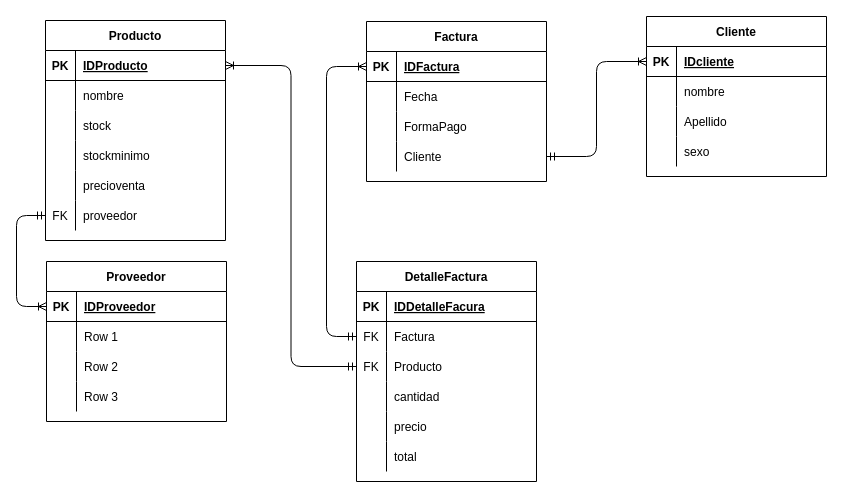
This is DBVentas.drawio from Dicxie1/BDVentas, a draw.io file, before an edit. Source tidied: cells renumbered, new cells numbered last; positions are measured from the earlier drawing's top-left corner, leaving out a move shared by most shapes. Both pictures are drawn from the tidied source at 100%, with x=0, y=0 at pixel (16, 16).
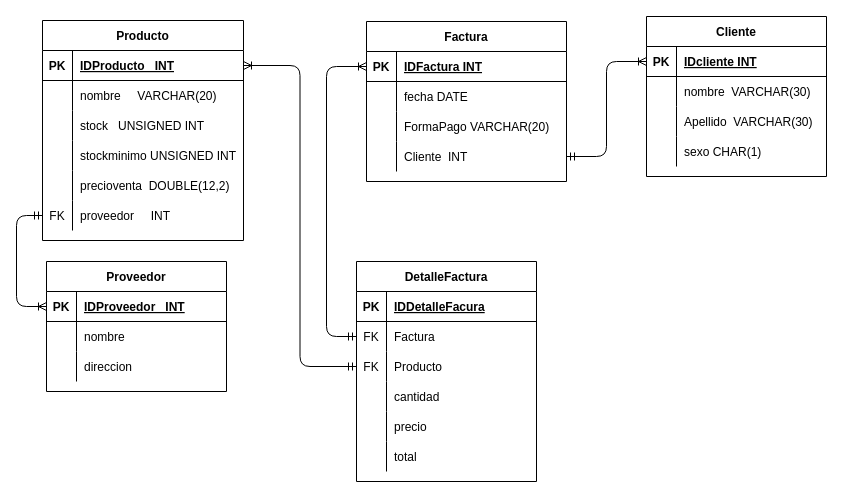
The same diagram, later.

Commit message (it also covers changes not shown here):
mejorar el esquema de base de datos

Unchanged cells that the change refers to:
```xml
<mxCell id="35" style="shape=partialRectangle;fillColor=none;top=0;left=0;bottom=1;right=0;points=[[0,0.5],[1,0.5]];portConstraint=eastwest;" parent="34" vertex="1">
  <mxGeometry y="30" width="180" height="30" as="geometry" />
</mxCell>
<mxCell id="38" style="shape=partialRectangle;fillColor=none;top=0;left=0;bottom=0;right=0;" parent="34" vertex="1">
  <mxGeometry y="60" width="180" height="30" as="geometry" />
</mxCell>
<mxCell id="41" style="shape=partialRectangle;fillColor=none;top=0;left=0;bottom=0;right=0;" parent="34" vertex="1">
  <mxGeometry y="90" width="180" height="30" as="geometry" />
</mxCell>
<mxCell id="67" style="shape=partialRectangle;fillColor=none;top=0;left=0;bottom=1;right=0;points=[[0,0.5],[1,0.5]];portConstraint=eastwest;" parent="66" vertex="1">
  <mxGeometry y="30" width="180" height="30" as="geometry" />
</mxCell>
<mxCell id="70" style="shape=partialRectangle;fillColor=none;top=0;left=0;bottom=0;right=0;" parent="66" vertex="1">
  <mxGeometry y="60" width="180" height="30" as="geometry" />
</mxCell>
<mxCell id="73" style="shape=partialRectangle;fillColor=none;top=0;left=0;bottom=0;right=0;" parent="66" vertex="1">
  <mxGeometry y="90" width="180" height="30" as="geometry" />
</mxCell>
<mxCell id="76" style="shape=partialRectangle;fillColor=none;top=0;left=0;bottom=0;right=0;" parent="66" vertex="1">
  <mxGeometry y="120" width="180" height="30" as="geometry" />
</mxCell>
```

Diff of the diagram source:
```diff
@@
     <mxCell id="2" value="Factura" style="shape=table;startSize=30;childLayout=tableLayout;rowLines=0;fontStyle=1;align=center;" parent="1" vertex="1">
-      <mxGeometry x="350" y="5" width="180" height="160" as="geometry" />
+      <mxGeometry x="350" y="5" width="200" height="160" as="geometry" />
     </mxCell>
     <mxCell id="3" style="shape=partialRectangle;fillColor=none;top=0;left=0;bottom=1;right=0;points=[[0,0.5],[1,0.5]];portConstraint=eastwest;" parent="2" vertex="1">
-      <mxGeometry y="30" width="180" height="30" as="geometry" />
+      <mxGeometry y="30" width="200" height="30" as="geometry" />
     </mxCell>
@@
-    <mxCell id="5" value="IDFactura" style="shape=partialRectangle;fillColor=none;top=0;left=0;bottom=0;right=0;align=left;spacingLeft=6;fontStyle=5;overflow=hidden;" parent="3" vertex="1">
-      <mxGeometry x="30" width="150" height="30" as="geometry" />
+    <mxCell id="5" value="IDFactura INT" style="shape=partialRectangle;fillColor=none;top=0;left=0;bottom=0;right=0;align=left;spacingLeft=6;fontStyle=5;overflow=hidden;" parent="3" vertex="1">
+      <mxGeometry x="30" width="170" height="30" as="geometry" />
     </mxCell>
     <mxCell id="6" style="shape=partialRectangle;fillColor=none;top=0;left=0;bottom=0;right=0;" parent="2" vertex="1">
-      <mxGeometry y="60" width="180" height="30" as="geometry" />
+      <mxGeometry y="60" width="200" height="30" as="geometry" />
     </mxCell>
@@
-    <mxCell id="8" value="Fecha" style="shape=partialRectangle;fillColor=none;top=0;left=0;bottom=0;right=0;align=left;spacingLeft=6;overflow=hidden;" parent="6" vertex="1">
-      <mxGeometry x="30" width="150" height="30" as="geometry" />
+    <mxCell id="8" value="fecha DATE" style="shape=partialRectangle;fillColor=none;top=0;left=0;bottom=0;right=0;align=left;spacingLeft=6;overflow=hidden;" parent="6" vertex="1">
+      <mxGeometry x="30" width="170" height="30" as="geometry" />
     </mxCell>
     <mxCell id="9" style="shape=partialRectangle;fillColor=none;top=0;left=0;bottom=0;right=0;" parent="2" vertex="1">
-      <mxGeometry y="90" width="180" height="30" as="geometry" />
+      <mxGeometry y="90" width="200" height="30" as="geometry" />
     </mxCell>
@@
-    <mxCell id="11" value="FormaPago" style="shape=partialRectangle;fillColor=none;top=0;left=0;bottom=0;right=0;align=left;spacingLeft=6;overflow=hidden;" parent="9" vertex="1">
-      <mxGeometry x="30" width="150" height="30" as="geometry" />
+    <mxCell id="11" value="FormaPago VARCHAR(20)" style="shape=partialRectangle;fillColor=none;top=0;left=0;bottom=0;right=0;align=left;spacingLeft=6;overflow=hidden;" parent="9" vertex="1">
+      <mxGeometry x="30" width="170" height="30" as="geometry" />
     </mxCell>
     <mxCell id="12" style="shape=partialRectangle;fillColor=none;top=0;left=0;bottom=0;right=0;points=[[0,0.5],[1,0.5]];portConstraint=eastwest;" parent="2" vertex="1">
-      <mxGeometry y="120" width="180" height="30" as="geometry" />
+      <mxGeometry y="120" width="200" height="30" as="geometry" />
     </mxCell>
@@
-    <mxCell id="14" value="Cliente" style="shape=partialRectangle;fillColor=none;top=0;left=0;bottom=0;right=0;align=left;spacingLeft=6;overflow=hidden;" parent="12" vertex="1">
-      <mxGeometry x="30" width="150" height="30" as="geometry" />
+    <mxCell id="14" value="Cliente  INT " style="shape=partialRectangle;fillColor=none;top=0;left=0;bottom=0;right=0;align=left;spacingLeft=6;overflow=hidden;" parent="12" vertex="1">
+      <mxGeometry x="30" width="170" height="30" as="geometry" />
     </mxCell>
     <mxCell id="15" value="Producto" style="shape=table;startSize=30;childLayout=tableLayout;rowLines=0;fontStyle=1;align=center;" parent="1" vertex="1">
-      <mxGeometry x="29" y="4" width="180" height="220" as="geometry" />
+      <mxGeometry x="26" y="4" width="201" height="220" as="geometry" />
     </mxCell>
     <mxCell id="16" style="shape=partialRectangle;fillColor=none;top=0;left=0;bottom=1;right=0;points=[[0,0.5],[1,0.5]];portConstraint=eastwest;" parent="15" vertex="1">
-      <mxGeometry y="30" width="180" height="30" as="geometry" />
+      <mxGeometry y="30" width="201" height="30" as="geometry" />
     </mxCell>
@@
-    <mxCell id="18" value="IDProducto" style="shape=partialRectangle;fillColor=none;top=0;left=0;bottom=0;right=0;align=left;spacingLeft=6;fontStyle=5;overflow=hidden;" parent="16" vertex="1">
-      <mxGeometry x="30" width="150" height="30" as="geometry" />
+    <mxCell id="18" value="IDProducto   INT" style="shape=partialRectangle;fillColor=none;top=0;left=0;bottom=0;right=0;align=left;spacingLeft=6;fontStyle=5;overflow=hidden;" parent="16" vertex="1">
+      <mxGeometry x="30" width="171" height="30" as="geometry" />
     </mxCell>
     <mxCell id="19" style="shape=partialRectangle;fillColor=none;top=0;left=0;bottom=0;right=0;" parent="15" vertex="1">
-      <mxGeometry y="60" width="180" height="30" as="geometry" />
+      <mxGeometry y="60" width="201" height="30" as="geometry" />
     </mxCell>
@@
-    <mxCell id="21" value="nombre" style="shape=partialRectangle;fillColor=none;top=0;left=0;bottom=0;right=0;align=left;spacingLeft=6;overflow=hidden;" parent="19" vertex="1">
-      <mxGeometry x="30" width="150" height="30" as="geometry" />
+    <mxCell id="21" value="nombre     VARCHAR(20)" style="shape=partialRectangle;fillColor=none;top=0;left=0;bottom=0;right=0;align=left;spacingLeft=6;overflow=hidden;" parent="19" vertex="1">
+      <mxGeometry x="30" width="171" height="30" as="geometry" />
     </mxCell>
     <mxCell id="22" style="shape=partialRectangle;fillColor=none;top=0;left=0;bottom=0;right=0;" parent="15" vertex="1">
-      <mxGeometry y="90" width="180" height="30" as="geometry" />
+      <mxGeometry y="90" width="201" height="30" as="geometry" />
     </mxCell>
@@
-    <mxCell id="24" value="stock" style="shape=partialRectangle;fillColor=none;top=0;left=0;bottom=0;right=0;align=left;spacingLeft=6;overflow=hidden;" parent="22" vertex="1">
-      <mxGeometry x="30" width="150" height="30" as="geometry" />
+    <mxCell id="24" value="stock   UNSIGNED INT" style="shape=partialRectangle;fillColor=none;top=0;left=0;bottom=0;right=0;align=left;spacingLeft=6;overflow=hidden;" parent="22" vertex="1">
+      <mxGeometry x="30" width="171" height="30" as="geometry" />
     </mxCell>
     <mxCell id="25" style="shape=partialRectangle;fillColor=none;top=0;left=0;bottom=0;right=0;" parent="15" vertex="1">
-      <mxGeometry y="120" width="180" height="30" as="geometry" />
+      <mxGeometry y="120" width="201" height="30" as="geometry" />
     </mxCell>
@@
-    <mxCell id="27" value="stockminimo" style="shape=partialRectangle;fillColor=none;top=0;left=0;bottom=0;right=0;align=left;spacingLeft=6;overflow=hidden;" parent="25" vertex="1">
-      <mxGeometry x="30" width="150" height="30" as="geometry" />
+    <mxCell id="27" value="stockminimo UNSIGNED INT" style="shape=partialRectangle;fillColor=none;top=0;left=0;bottom=0;right=0;align=left;spacingLeft=6;overflow=hidden;" parent="25" vertex="1">
+      <mxGeometry x="30" width="171" height="30" as="geometry" />
     </mxCell>
     <mxCell id="28" style="shape=partialRectangle;fillColor=none;top=0;left=0;bottom=0;right=0;" parent="15" vertex="1">
-      <mxGeometry y="150" width="180" height="30" as="geometry" />
+      <mxGeometry y="150" width="201" height="30" as="geometry" />
     </mxCell>
@@
-    <mxCell id="30" value="precioventa" style="shape=partialRectangle;fillColor=none;top=0;left=0;bottom=0;right=0;align=left;spacingLeft=6;overflow=hidden;" parent="28" vertex="1">
-      <mxGeometry x="30" width="150" height="30" as="geometry" />
+    <mxCell id="30" value="precioventa  DOUBLE(12,2)" style="shape=partialRectangle;fillColor=none;top=0;left=0;bottom=0;right=0;align=left;spacingLeft=6;overflow=hidden;" parent="28" vertex="1">
+      <mxGeometry x="30" width="171" height="30" as="geometry" />
     </mxCell>
     <mxCell id="31" style="shape=partialRectangle;fillColor=none;top=0;left=0;bottom=0;right=0;points=[[0,0.5],[1,0.5]];portConstraint=eastwest;" parent="15" vertex="1">
-      <mxGeometry y="180" width="180" height="30" as="geometry" />
+      <mxGeometry y="180" width="201" height="30" as="geometry" />
     </mxCell>
@@
-    <mxCell id="33" value="proveedor" style="shape=partialRectangle;fillColor=none;top=0;left=0;bottom=0;right=0;align=left;spacingLeft=6;overflow=hidden;" parent="31" vertex="1">
-      <mxGeometry x="30" width="150" height="30" as="geometry" />
+    <mxCell id="33" value="proveedor     INT" style="shape=partialRectangle;fillColor=none;top=0;left=0;bottom=0;right=0;align=left;spacingLeft=6;overflow=hidden;" parent="31" vertex="1">
+      <mxGeometry x="30" width="171" height="30" as="geometry" />
     </mxCell>
     <mxCell id="34" value="Proveedor" style="shape=table;startSize=30;childLayout=tableLayout;rowLines=0;fontStyle=1;align=center;" parent="1" vertex="1">
-      <mxGeometry x="30" y="245" width="180" height="160" as="geometry" />
+      <mxGeometry x="30" y="245" width="180" height="130" as="geometry" />
     </mxCell>
@@
-    <mxCell id="37" value="IDProveedor" style="shape=partialRectangle;fillColor=none;top=0;left=0;bottom=0;right=0;align=left;spacingLeft=6;fontStyle=5;overflow=hidden;" parent="35" vertex="1">
+    <mxCell id="37" value="IDProveedor   INT" style="shape=partialRectangle;fillColor=none;top=0;left=0;bottom=0;right=0;align=left;spacingLeft=6;fontStyle=5;overflow=hidden;" parent="35" vertex="1">
       <mxGeometry x="30" width="150" height="30" as="geometry" />
     </mxCell>
@@
-    <mxCell id="40" value="Row 1" style="shape=partialRectangle;fillColor=none;top=0;left=0;bottom=0;right=0;align=left;spacingLeft=6;overflow=hidden;" parent="38" vertex="1">
+    <mxCell id="40" value="nombre" style="shape=partialRectangle;fillColor=none;top=0;left=0;bottom=0;right=0;align=left;spacingLeft=6;overflow=hidden;" parent="38" vertex="1">
       <mxGeometry x="30" width="150" height="30" as="geometry" />
     </mxCell>
@@
-    <mxCell id="43" value="Row 2" style="shape=partialRectangle;fillColor=none;top=0;left=0;bottom=0;right=0;align=left;spacingLeft=6;overflow=hidden;" parent="41" vertex="1">
+    <mxCell id="43" value="direccion" style="shape=partialRectangle;fillColor=none;top=0;left=0;bottom=0;right=0;align=left;spacingLeft=6;overflow=hidden;" parent="41" vertex="1">
       <mxGeometry x="30" width="150" height="30" as="geometry" />
     </mxCell>
-    <mxCell id="44" style="shape=partialRectangle;fillColor=none;top=0;left=0;bottom=0;right=0;" parent="34" vertex="1">
-      <mxGeometry y="120" width="180" height="30" as="geometry" />
-    </mxCell>
-    <mxCell id="45" style="shape=partialRectangle;fillColor=none;top=0;left=0;bottom=0;right=0;overflow=hidden;" parent="44" vertex="1">
-      <mxGeometry width="30" height="30" as="geometry" />
-    </mxCell>
-    <mxCell id="46" value="Row 3" style="shape=partialRectangle;fillColor=none;top=0;left=0;bottom=0;right=0;align=left;spacingLeft=6;overflow=hidden;" parent="44" vertex="1">
-      <mxGeometry x="30" width="150" height="30" as="geometry" />
-    </mxCell>
@@
-    <mxCell id="69" value="IDcliente" style="shape=partialRectangle;fillColor=none;top=0;left=0;bottom=0;right=0;align=left;spacingLeft=6;fontStyle=5;overflow=hidden;" parent="67" vertex="1">
+    <mxCell id="69" value="IDcliente INT" style="shape=partialRectangle;fillColor=none;top=0;left=0;bottom=0;right=0;align=left;spacingLeft=6;fontStyle=5;overflow=hidden;" parent="67" vertex="1">
       <mxGeometry x="30" width="150" height="30" as="geometry" />
     </mxCell>
@@
-    <mxCell id="72" value="nombre" style="shape=partialRectangle;fillColor=none;top=0;left=0;bottom=0;right=0;align=left;spacingLeft=6;overflow=hidden;" parent="70" vertex="1">
+    <mxCell id="72" value="nombre  VARCHAR(30)" style="shape=partialRectangle;fillColor=none;top=0;left=0;bottom=0;right=0;align=left;spacingLeft=6;overflow=hidden;" parent="70" vertex="1">
       <mxGeometry x="30" width="150" height="30" as="geometry" />
     </mxCell>
@@
-    <mxCell id="75" value="Apellido" style="shape=partialRectangle;fillColor=none;top=0;left=0;bottom=0;right=0;align=left;spacingLeft=6;overflow=hidden;" parent="73" vertex="1">
+    <mxCell id="75" value="Apellido  VARCHAR(30)" style="shape=partialRectangle;fillColor=none;top=0;left=0;bottom=0;right=0;align=left;spacingLeft=6;overflow=hidden;" parent="73" vertex="1">
       <mxGeometry x="30" width="150" height="30" as="geometry" />
     </mxCell>
@@
-    <mxCell id="78" value="sexo" style="shape=partialRectangle;fillColor=none;top=0;left=0;bottom=0;right=0;align=left;spacingLeft=6;overflow=hidden;" parent="76" vertex="1">
+    <mxCell id="78" value="sexo CHAR(1)" style="shape=partialRectangle;fillColor=none;top=0;left=0;bottom=0;right=0;align=left;spacingLeft=6;overflow=hidden;" parent="76" vertex="1">
       <mxGeometry x="30" width="150" height="30" as="geometry" />
     </mxCell>
```
